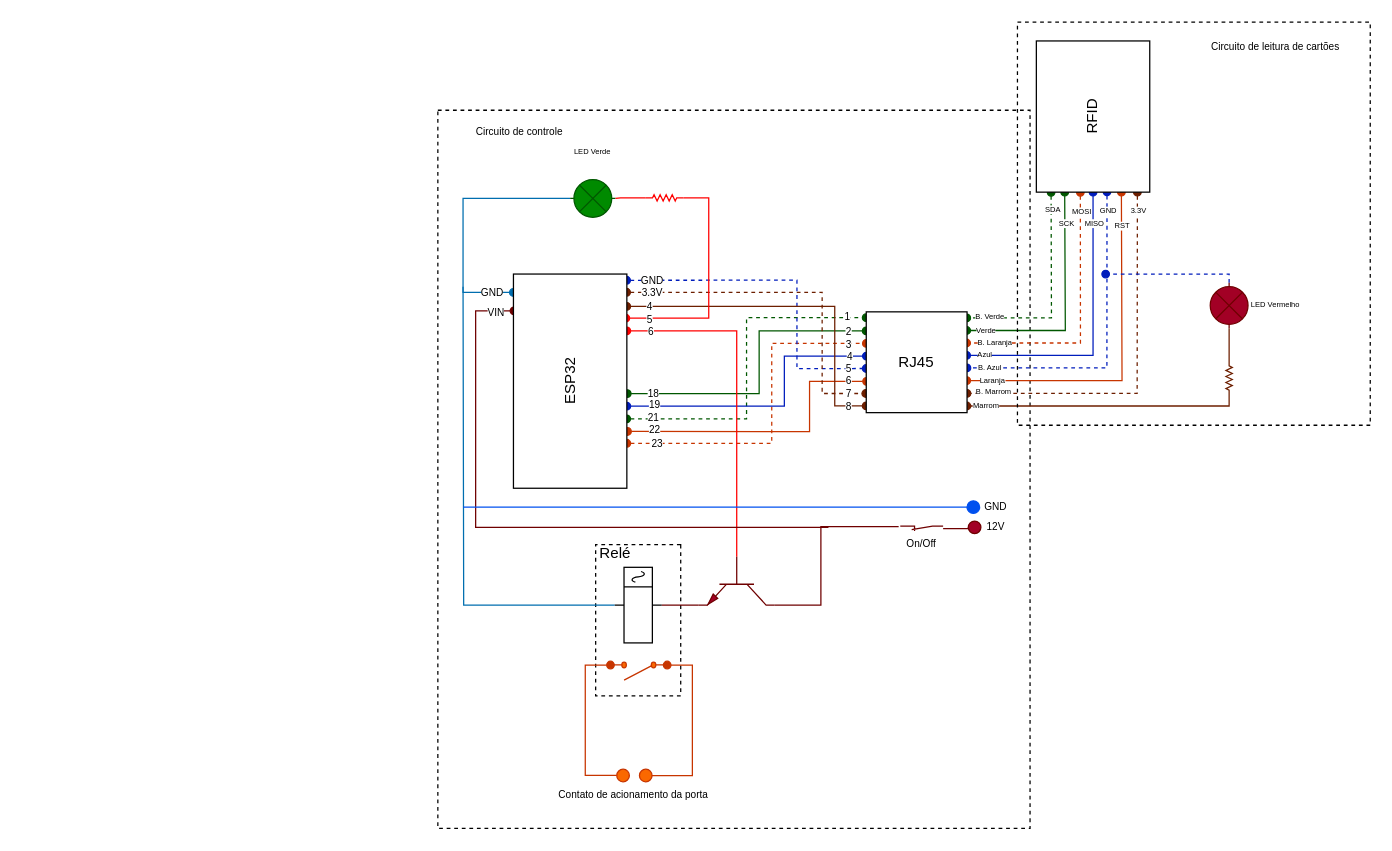
Above: circuito.drawio in caiquecamargo/controle-acesso-cptm (draw.io), before the change. Source tidied: cells renumbered, new cells numbered last; positions are measured from the earlier drawing's top-left corner, leaving out a move shared by most shapes. Both pictures are drawn from the tidied source at 126%, with x=0, y=0 at pixel (437, 21).
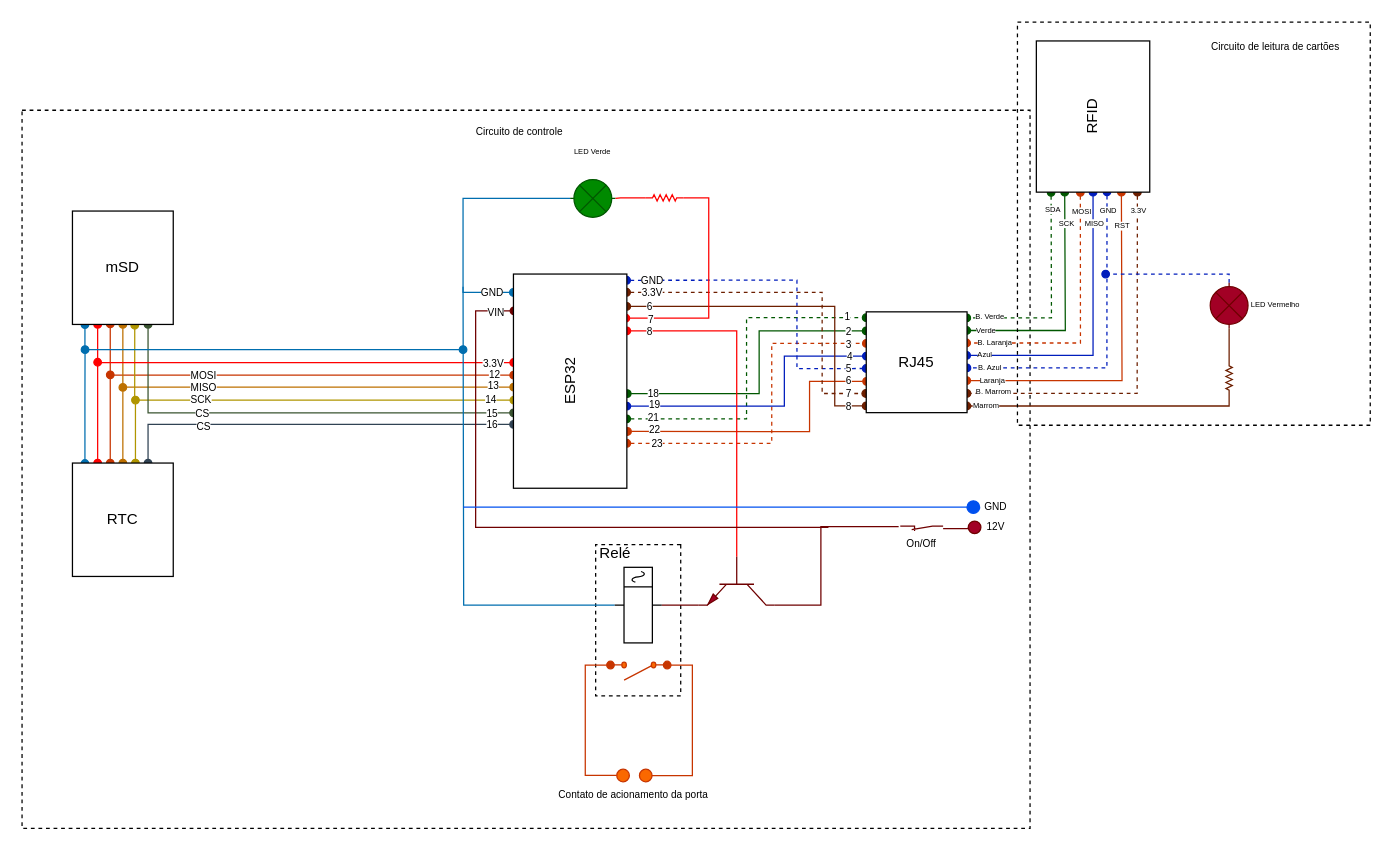
Above is the later version.

Commit message (it also covers changes not shown here):
Terminado o diagrama do circuito

Unchanged cells that the change refers to:
```xml
<mxCell id="25" style="edgeStyle=orthogonalEdgeStyle;rounded=0;jettySize=auto;html=1;entryX=-0.001;entryY=0.933;entryDx=0;entryDy=0;entryPerimeter=0;fontSize=8;startArrow=oval;startFill=1;endArrow=oval;endFill=1;fillColor=#a0522d;strokeColor=#6D1F00;exitX=0.849;exitY=0.999;exitDx=0;exitDy=0;exitPerimeter=0;" parent="1" edge="1" source="36" target="61">
  <mxGeometry relative="1" as="geometry">
    <Array as="points">
      <mxPoint x="315" y="226" />
      <mxPoint x="315" y="305" />
    </Array>
  </mxGeometry>
</mxCell>
<mxCell id="28" style="edgeStyle=orthogonalEdgeStyle;rounded=0;jettySize=auto;html=1;fontSize=12;startArrow=oval;startFill=1;endArrow=none;endFill=0;exitX=0.735;exitY=1;exitDx=0;exitDy=0;exitPerimeter=0;entryX=0;entryY=0.5;entryDx=0;entryDy=0;entryPerimeter=0;fillColor=#e51400;strokeColor=#FF0000;" parent="1" edge="1" source="36" target="65">
  <mxGeometry relative="1" as="geometry" />
</mxCell>
<mxCell id="30" style="edgeStyle=orthogonalEdgeStyle;rounded=0;jettySize=auto;html=1;entryX=0;entryY=0.5;entryDx=0;entryDy=0;entryPerimeter=0;fontSize=8;startArrow=oval;startFill=1;endArrow=none;endFill=0;exitX=0.794;exitY=0.991;exitDx=0;exitDy=0;exitPerimeter=0;fillColor=#e51400;strokeColor=#FF0000;" parent="1" edge="1" source="36" target="81">
  <mxGeometry relative="1" as="geometry" />
</mxCell>
<mxCell id="36" value="ESP32" style="rounded=0;whiteSpace=wrap;html=1;rotation=-90;" parent="1" vertex="1">
  <mxGeometry x="20" y="240" width="170" height="90" as="geometry" />
</mxCell>
<mxCell id="66" style="verticalLabelPosition=bottom;shadow=0;dashed=0;align=center;html=1;verticalAlign=top;shape=mxgraph.electrical.electro-mechanical.relay;fontSize=8;rotation=90;" parent="63" vertex="1">
  <mxGeometry x="-11" y="44" width="60" height="37.5" as="geometry" />
</mxCell>
```

What changed in the source:
```diff
@@
     <mxCell id="2" style="rounded=0;whiteSpace=wrap;html=1;fontSize=8;fillColor=none;dashed=1;" parent="1" vertex="1">
-      <mxGeometry y="70" width="470" height="570" as="geometry" />
+      <mxGeometry x="-330" y="70" width="800" height="570" as="geometry" />
     </mxCell>
+    <mxCell id="100" style="edgeStyle=orthogonalEdgeStyle;rounded=0;jettySize=auto;html=1;entryX=0.528;entryY=0.002;entryDx=0;entryDy=0;entryPerimeter=0;startArrow=oval;startFill=1;endArrow=oval;endFill=1;strokeColor=#C73500;exitX=0.375;exitY=0.995;exitDx=0;exitDy=0;exitPerimeter=0;fillColor=#fa6800;" parent="1" edge="1" source="118" target="36">
+      <mxGeometry relative="1" as="geometry" />
+    </mxCell>
+    <mxCell id="101" value="12" style="edgeLabel;html=1;align=center;verticalAlign=middle;fontSize=8;" parent="100" vertex="1">
+      <mxGeometry x="0.91" y="1" relative="1" as="geometry" />
+    </mxCell>
+    <mxCell id="102" value="MOSI" style="edgeLabel;html=1;align=center;verticalAlign=middle;fontSize=8;" parent="100" vertex="1">
+      <mxGeometry x="-0.37" relative="1" as="geometry" />
+    </mxCell>
+    <mxCell id="103" style="edgeStyle=orthogonalEdgeStyle;rounded=0;jettySize=auto;html=1;entryX=0.472;entryY=0.002;entryDx=0;entryDy=0;entryPerimeter=0;startArrow=oval;startFill=1;endArrow=oval;endFill=1;strokeColor=#BD7000;exitX=0.5;exitY=1;exitDx=0;exitDy=0;fillColor=#f0a30a;" parent="1" edge="1" source="118" target="36">
+      <mxGeometry relative="1" as="geometry" />
+    </mxCell>
+    <mxCell id="104" value="13" style="edgeLabel;html=1;align=center;verticalAlign=middle;fontSize=8;" parent="103" vertex="1">
+      <mxGeometry x="0.9" relative="1" as="geometry">
+        <mxPoint x="1" y="-1" as="offset" />
+      </mxGeometry>
+    </mxCell>
+    <mxCell id="105" value="MISO" style="edgeLabel;html=1;align=center;verticalAlign=middle;fontSize=8;" parent="103" vertex="1">
+      <mxGeometry x="-0.39" relative="1" as="geometry">
+        <mxPoint x="3" as="offset" />
+      </mxGeometry>
+    </mxCell>
+    <mxCell id="106" style="edgeStyle=orthogonalEdgeStyle;rounded=0;jettySize=auto;html=1;entryX=0.411;entryY=0.004;entryDx=0;entryDy=0;entryPerimeter=0;startArrow=oval;startFill=1;endArrow=oval;endFill=1;strokeColor=#B09500;exitX=0.618;exitY=1.007;exitDx=0;exitDy=0;exitPerimeter=0;fillColor=#e3c800;" parent="1" edge="1" source="118" target="36">
+      <mxGeometry relative="1" as="geometry" />
+    </mxCell>
+    <mxCell id="107" value="14" style="edgeLabel;html=1;align=center;verticalAlign=middle;fontSize=8;" parent="106" vertex="1">
+      <mxGeometry x="0.91" y="-1" relative="1" as="geometry">
+        <mxPoint x="-2" y="-2" as="offset" />
+      </mxGeometry>
+    </mxCell>
+    <mxCell id="108" value="SCK" style="edgeLabel;html=1;align=center;verticalAlign=middle;fontSize=8;" parent="106" vertex="1">
+      <mxGeometry x="-0.37" y="1" relative="1" as="geometry">
+        <mxPoint x="-2" as="offset" />
+      </mxGeometry>
+    </mxCell>
+    <mxCell id="109" style="edgeStyle=orthogonalEdgeStyle;rounded=0;jettySize=auto;html=1;entryX=0.352;entryY=0.001;entryDx=0;entryDy=0;entryPerimeter=0;startArrow=oval;startFill=1;endArrow=oval;endFill=1;strokeColor=#3A5431;exitX=0.75;exitY=1;exitDx=0;exitDy=0;fillColor=#6d8764;" parent="1" edge="1" source="118" target="36">
+      <mxGeometry relative="1" as="geometry" />
+    </mxCell>
+    <mxCell id="110" value="15" style="edgeLabel;html=1;align=center;verticalAlign=middle;fontSize=8;" parent="109" vertex="1">
+      <mxGeometry x="0.91" y="-1" relative="1" as="geometry">
+        <mxPoint x="-1" y="-1" as="offset" />
+      </mxGeometry>
+    </mxCell>
+    <mxCell id="111" value="CS" style="edgeLabel;html=1;align=center;verticalAlign=middle;fontSize=8;" parent="109" vertex="1">
+      <mxGeometry x="-0.38" relative="1" as="geometry">
+        <mxPoint x="1" as="offset" />
+      </mxGeometry>
+    </mxCell>
+    <mxCell id="112" style="edgeStyle=orthogonalEdgeStyle;rounded=0;jettySize=auto;html=1;entryX=0.298;entryY=0.001;entryDx=0;entryDy=0;entryPerimeter=0;startArrow=oval;startFill=1;endArrow=oval;endFill=1;strokeColor=#314354;exitX=0.75;exitY=0;exitDx=0;exitDy=0;fillColor=#647687;" parent="1" edge="1" source="124" target="36">
+      <mxGeometry relative="1" as="geometry" />
+    </mxCell>
+    <mxCell id="113" value="16" style="edgeLabel;html=1;align=center;verticalAlign=middle;fontSize=8;" parent="112" vertex="1">
+      <mxGeometry x="0.89" y="1" relative="1" as="geometry">
+        <mxPoint y="1" as="offset" />
+      </mxGeometry>
+    </mxCell>
+    <mxCell id="114" value="CS" style="edgeLabel;html=1;align=center;verticalAlign=middle;fontSize=8;" parent="112" vertex="1">
+      <mxGeometry x="-0.56" y="-1" relative="1" as="geometry">
+        <mxPoint x="3" as="offset" />
+      </mxGeometry>
+    </mxCell>
+    <mxCell id="115" style="edgeStyle=orthogonalEdgeStyle;rounded=0;jettySize=auto;html=1;entryX=0.587;entryY=0.002;entryDx=0;entryDy=0;entryPerimeter=0;startArrow=oval;startFill=1;endArrow=oval;endFill=1;exitX=0.25;exitY=1;exitDx=0;exitDy=0;strokeColor=#FF0000;" parent="1" edge="1" source="118" target="36">
+      <mxGeometry relative="1" as="geometry" />
+    </mxCell>
+    <mxCell id="116" value="3.3V" style="edgeLabel;html=1;align=center;verticalAlign=middle;fontSize=8;" parent="115" vertex="1">
+      <mxGeometry x="0.91" relative="1" as="geometry" />
+    </mxCell>
+    <mxCell id="117" style="edgeStyle=orthogonalEdgeStyle;rounded=0;jettySize=auto;html=1;startArrow=oval;startFill=1;endArrow=oval;endFill=1;exitX=0.124;exitY=1.001;exitDx=0;exitDy=0;exitPerimeter=0;fillColor=#0050ef;strokeColor=#006EAF;" parent="1" edge="1" source="118">
+      <mxGeometry relative="1" as="geometry">
+        <mxPoint x="20" y="260" as="targetPoint" />
+        <Array as="points">
+          <mxPoint x="-280" y="260" />
+        </Array>
+      </mxGeometry>
+    </mxCell>
@@
-    <mxCell id="26" value="4" style="edgeLabel;html=1;align=center;verticalAlign=middle;fontSize=8;" parent="25" vertex="1">
+    <mxCell id="26" value="6" style="edgeLabel;html=1;align=center;verticalAlign=middle;fontSize=8;" parent="25" vertex="1">
       <mxGeometry x="-0.89" relative="1" as="geometry">
         <mxPoint x="3" as="offset" />
       </mxGeometry>
     </mxCell>
@@
-    <mxCell id="29" value="6" style="edgeLabel;html=1;align=center;verticalAlign=middle;fontSize=8;" parent="28" vertex="1">
+    <mxCell id="29" value="8" style="edgeLabel;html=1;align=center;verticalAlign=middle;fontSize=8;" parent="28" vertex="1">
       <mxGeometry x="-0.85" y="-2" relative="1" as="geometry">
-        <mxPoint x="-1" y="-2" as="offset" />
+        <mxPoint x="-2" y="-2" as="offset" />
       </mxGeometry>
     </mxCell>
@@
-    <mxCell id="31" value="5" style="edgeLabel;html=1;align=center;verticalAlign=middle;fontSize=8;" parent="30" vertex="1">
-      <mxGeometry x="-0.8" relative="1" as="geometry" />
+    <mxCell id="31" value="7" style="edgeLabel;html=1;align=center;verticalAlign=middle;fontSize=8;" parent="30" vertex="1">
+      <mxGeometry x="-0.8" relative="1" as="geometry">
+        <mxPoint x="1" as="offset" />
+      </mxGeometry>
     </mxCell>
@@
-    <mxCell id="82" style="edgeStyle=orthogonalEdgeStyle;rounded=0;jettySize=auto;html=1;fontSize=8;startArrow=none;startFill=0;endArrow=none;endFill=0;strokeColor=#006EAF;fillColor=#1ba1e2;" parent="1" edge="1" source="66">
+    <mxCell id="82" style="edgeStyle=orthogonalEdgeStyle;rounded=0;jettySize=auto;html=1;fontSize=8;startArrow=none;startFill=0;endArrow=none;endFill=0;fillColor=#1ba1e2;strokeColor=#006EAF;" parent="1" edge="1" source="66">
       <mxGeometry relative="1" as="geometry">
         <mxPoint x="20" y="210" as="targetPoint" />
       </mxGeometry>
     </mxCell>
@@
+    <mxCell id="118" value="mSD" style="rounded=0;whiteSpace=wrap;html=1;rotation=0;" parent="1" vertex="1">
+      <mxGeometry x="-290" y="150" width="80" height="90" as="geometry" />
+    </mxCell>
+    <mxCell id="119" style="edgeStyle=orthogonalEdgeStyle;rounded=0;jettySize=auto;html=1;startArrow=oval;startFill=1;endArrow=oval;endFill=1;strokeColor=#006EAF;exitX=0.124;exitY=0.004;exitDx=0;exitDy=0;exitPerimeter=0;" parent="1" edge="1" source="124">
+      <mxGeometry relative="1" as="geometry">
+        <mxPoint x="-280" y="260" as="targetPoint" />
+      </mxGeometry>
+    </mxCell>
+    <mxCell id="120" style="edgeStyle=orthogonalEdgeStyle;rounded=0;jettySize=auto;html=1;startArrow=oval;startFill=1;endArrow=oval;endFill=1;strokeColor=#FF0000;" parent="1" edge="1" source="124">
+      <mxGeometry relative="1" as="geometry">
+        <mxPoint x="-270" y="270" as="targetPoint" />
+        <Array as="points">
+          <mxPoint x="-270" y="320" />
+          <mxPoint x="-270" y="320" />
+        </Array>
+      </mxGeometry>
+    </mxCell>
+    <mxCell id="121" style="edgeStyle=orthogonalEdgeStyle;rounded=0;jettySize=auto;html=1;startArrow=oval;startFill=1;endArrow=oval;endFill=1;strokeColor=#C73500;fillColor=#fa6800;" parent="1" edge="1" source="124">
+      <mxGeometry relative="1" as="geometry">
+        <mxPoint x="-260" y="280" as="targetPoint" />
+        <Array as="points">
+          <mxPoint x="-260" y="330" />
+          <mxPoint x="-260" y="330" />
+        </Array>
+      </mxGeometry>
+    </mxCell>
+    <mxCell id="122" style="edgeStyle=orthogonalEdgeStyle;rounded=0;jettySize=auto;html=1;startArrow=oval;startFill=1;endArrow=oval;endFill=1;strokeColor=#BD7000;fillColor=#f0a30a;" parent="1" edge="1" source="124">
+      <mxGeometry relative="1" as="geometry">
+        <mxPoint x="-250" y="290" as="targetPoint" />
+      </mxGeometry>
+    </mxCell>
+    <mxCell id="123" style="edgeStyle=orthogonalEdgeStyle;rounded=0;jettySize=auto;html=1;startArrow=oval;startFill=1;endArrow=oval;endFill=1;strokeColor=#B09500;fillColor=#e3c800;" parent="1" edge="1" source="124">
+      <mxGeometry relative="1" as="geometry">
+        <mxPoint x="-240" y="300" as="targetPoint" />
+        <Array as="points">
+          <mxPoint x="-240" y="340" />
+          <mxPoint x="-240" y="340" />
+        </Array>
+      </mxGeometry>
+    </mxCell>
+    <mxCell id="124" value="RTC" style="rounded=0;whiteSpace=wrap;html=1;rotation=0;" parent="1" vertex="1">
+      <mxGeometry x="-290" y="350" width="80" height="90" as="geometry" />
+    </mxCell>
```
